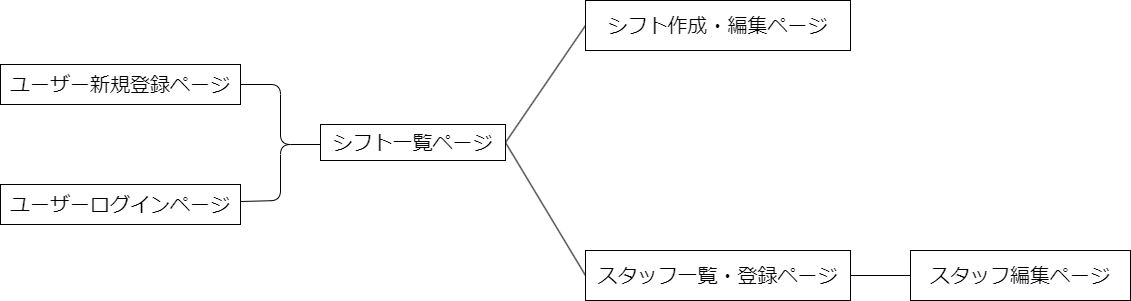
Earlier version of the draw.io export Screen_Transition_Diagram.drawio.png (piyofisu/shift_maker). Source tidied: cells renumbered, new cells last; positions are measured from the earlier drawing's top-left corner, leaving out a move shared by most shapes.
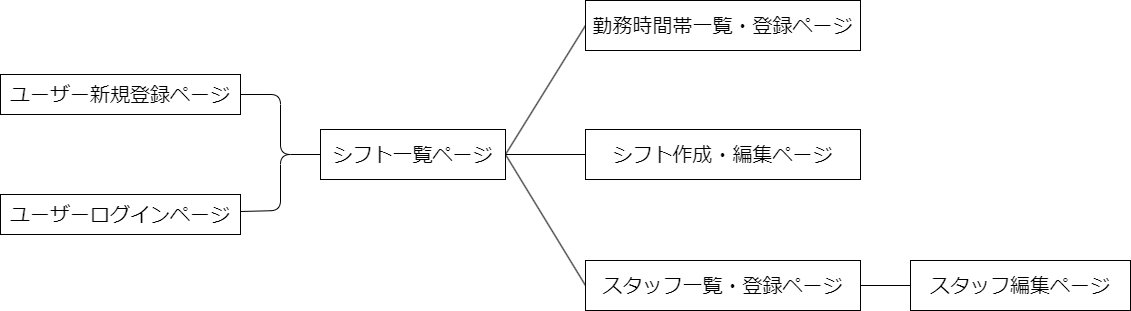
The same diagram one commit later.

What changed in the source:
```diff
@@ -6,7 +6,7 @@
       <mxGeometry relative="1" as="geometry" />
     </mxCell>
     <mxCell id="3" value="シフト作成・編集ページ" style="whiteSpace=wrap;html=1;align=center;fontSize=20;" parent="1" vertex="1">
-      <mxGeometry x="585" width="265" height="50" as="geometry" />
+      <mxGeometry x="585" y="119" width="275" height="50" as="geometry" />
     </mxCell>
     <mxCell id="4" value="スタッフ編集ページ" style="whiteSpace=wrap;html=1;align=center;fontSize=20;" parent="1" vertex="1">
       <mxGeometry x="910" y="250" width="220" height="50" as="geometry" />
@@ -42,10 +42,16 @@
       <mxGeometry relative="1" as="geometry" />
     </mxCell>
     <mxCell id="11" value="スタッフ一覧・登録ページ" style="whiteSpace=wrap;html=1;align=center;fontSize=20;" parent="1" vertex="1">
-      <mxGeometry x="585" y="250" width="265" height="50" as="geometry" />
+      <mxGeometry x="585" y="250" width="275" height="50" as="geometry" />
     </mxCell>
+    <mxCell id="13" style="edgeStyle=none;html=1;exitX=1;exitY=0.5;exitDx=0;exitDy=0;entryX=0;entryY=0.5;entryDx=0;entryDy=0;fontSize=20;endArrow=none;endFill=0;" parent="1" edge="1" source="12" target="14">
+      <mxGeometry relative="1" as="geometry" />
+    </mxCell>
     <mxCell id="12" value="シフト一覧ページ" style="whiteSpace=wrap;html=1;align=center;fontSize=20;" parent="1" vertex="1">
-      <mxGeometry x="320" y="124" width="185" height="36" as="geometry" />
+      <mxGeometry x="320" y="119" width="185" height="50" as="geometry" />
     </mxCell>
+    <mxCell id="14" value="&lt;span style=&quot;font-size: 20px;&quot;&gt;勤務時間帯一覧・登録ページ&lt;/span&gt;" style="whiteSpace=wrap;html=1;align=center;" parent="1" vertex="1">
+      <mxGeometry x="585" y="-10" width="275" height="50" as="geometry" />
+    </mxCell>
   </root>
 </mxGraphModel>
```
